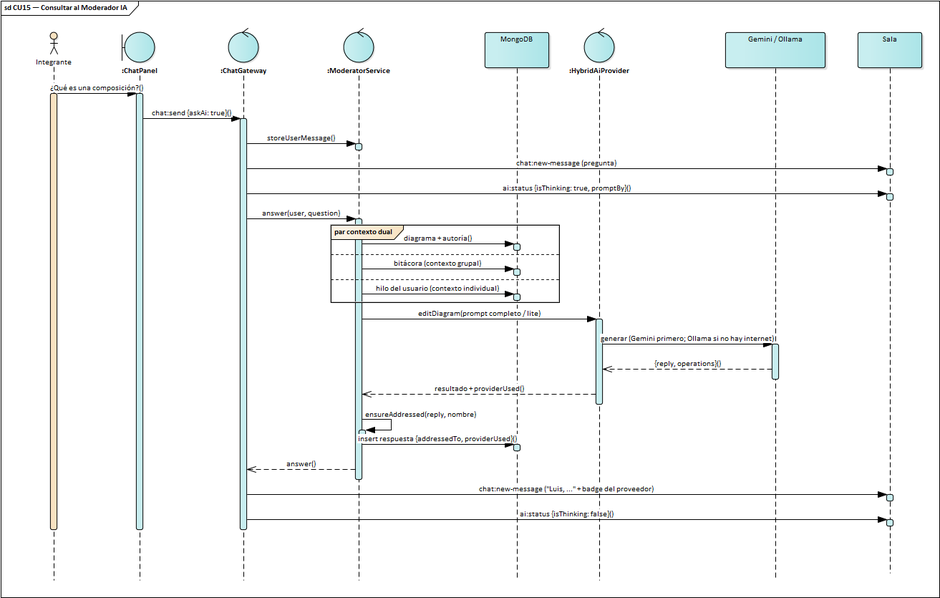
Before: docs/diagrams/ea/img/seq_cu15.png, a diagram exported from PlantUML (luisfernandoAngulo28/generador_diagrama_clases_uml). Its source is kept beside it as docs/diagrams/2do_parcial/pud/seq_cu15.plantuml.
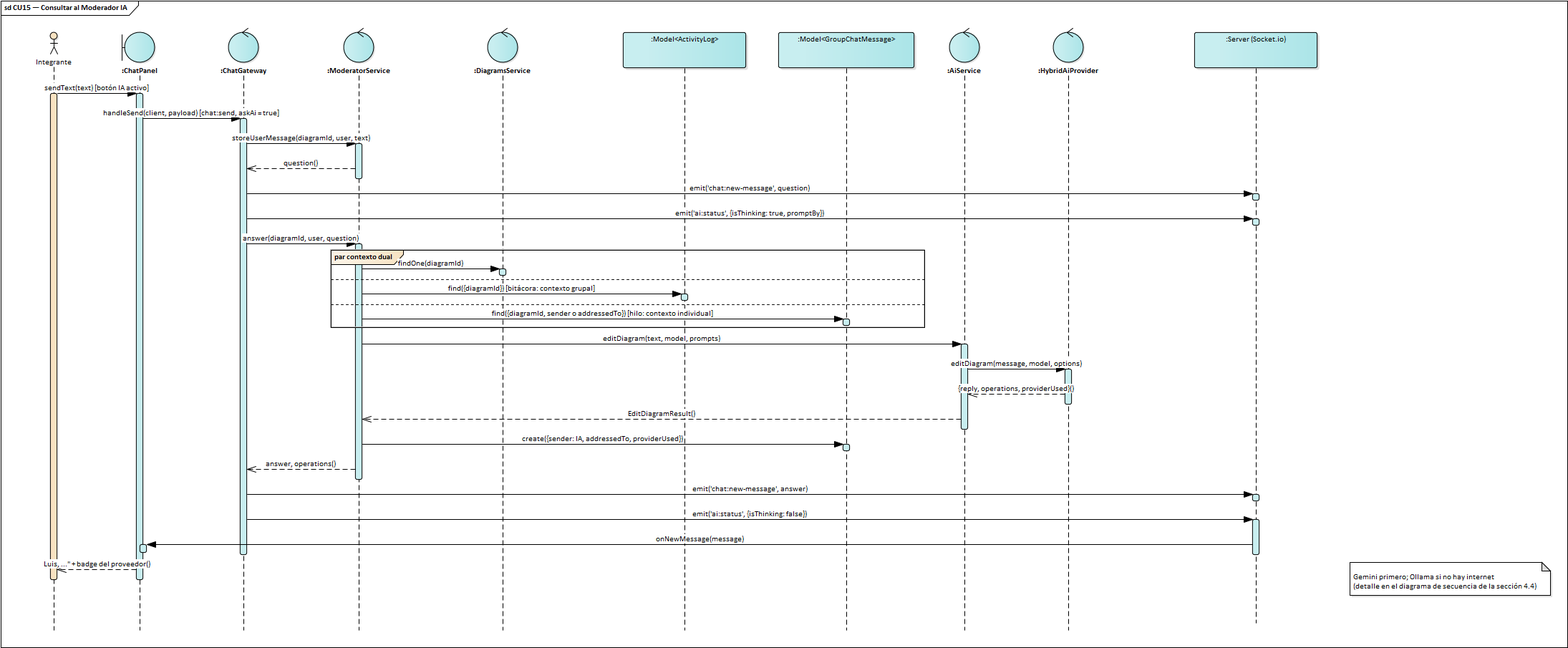
Later version of the same file.

Diff of the diagram source:
```diff
@@ -1,34 +1,39 @@
 @startuml seq_cu15
 !include _seq.iuml
-title CU15 — Consultar al Moderador IA\n<size:11>Diagrama de Secuencia · UML 2.5.1</size>
+title CU15 — Consultar al Moderador IA\n<size:11>Diagrama de Secuencia · UML 2.5.1 · cada mensaje es una operación de la clase que lo recibe</size>
 actor Integrante as A
 boundary ":ChatPanel" as B
 control ":ChatGateway" as G
 control ":ModeratorService" as M
-database "MongoDB" as DB
+control ":DiagramsService" as D
+participant ":Model<ActivityLog>" as LOG
+participant ":Model<GroupChatMessage>" as CHAT
+control ":AiService" as AI
 control ":HybridAiProvider" as H
-participant "Gemini / Ollama" as LLM
-collections "Sala" as R
-A -> B : "¿Qué es una composición?"
-B -> G : chat:send {askAi: true}
-G -> M : storeUserMessage()
-G -> R : chat:new-message (pregunta)
-G -> R : ai:status {isThinking: true, promptBy}
-G -> M : answer(user, question)
+participant ":Server (Socket.io)" as SV
+A -> B : sendText(text) [botón IA activo]
+B -> G : handleSend(client, payload) [chat:send, askAi = true]
+G -> M : storeUserMessage(diagramId, user, text)
+M --> G : question
+G -> SV : emit('chat:new-message', question)
+G -> SV : emit('ai:status', {isThinking: true, promptBy})
+G -> M : answer(diagramId, user, question)
 par contexto dual
-  M -> DB : diagrama + autoría
+  M -> D : findOne(diagramId)
 else
-  M -> DB : bitácora (contexto grupal)
+  M -> LOG : find({diagramId}) [bitácora: contexto grupal]
 else
-  M -> DB : hilo del usuario (contexto individual)
+  M -> CHAT : find({diagramId, sender o addressedTo}) [hilo: contexto individual]
 end
-M -> H : editDiagram(prompt completo / lite)
-H -> LLM : generar (Gemini primero; Ollama si no hay internet)
-LLM --> H : {reply, operations}
-H --> M : resultado + providerUsed
-M -> M : ensureAddressed(reply, nombre)
-M -> DB : insert respuesta {addressedTo, providerUsed}
-M --> G : answer
-G -> R : chat:new-message ("Luis, …" + badge del proveedor)
-G -> R : ai:status {isThinking: false}
+M -> AI : editDiagram(text, model, prompts)
+AI -> H : editDiagram(message, model, options)
+H --> AI : {reply, operations, providerUsed}
+AI --> M : EditDiagramResult
+M -> CHAT : create({sender: IA, addressedTo, providerUsed})
+M --> G : answer, operations
+G -> SV : emit('chat:new-message', answer)
+G -> SV : emit('ai:status', {isThinking: false})
+SV -> B : onNewMessage(message)
+B --> A : "Luis, …" + badge del proveedor
+note over H : Gemini primero; Ollama si no hay internet\n(detalle en el diagrama de secuencia de la sección 4.4)
 @enduml
```
